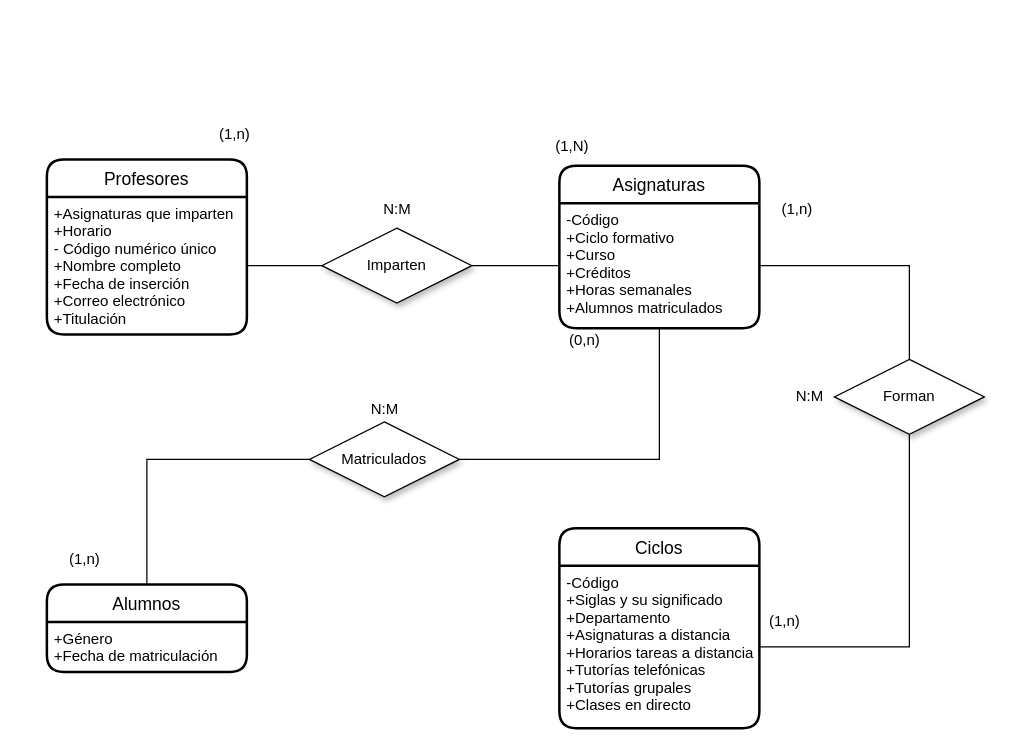
The draw.io diagram Centro_Educativo.drawio in Alejandrogaralv/Bases_de_datos, before the edit. Source tidied: cells renumbered, new cells numbered last; positions are measured from the earlier drawing's top-left corner, leaving out a move shared by most shapes. Both pictures are drawn from the tidied source at 125%, with x=0, y=0 at pixel (46, 121).
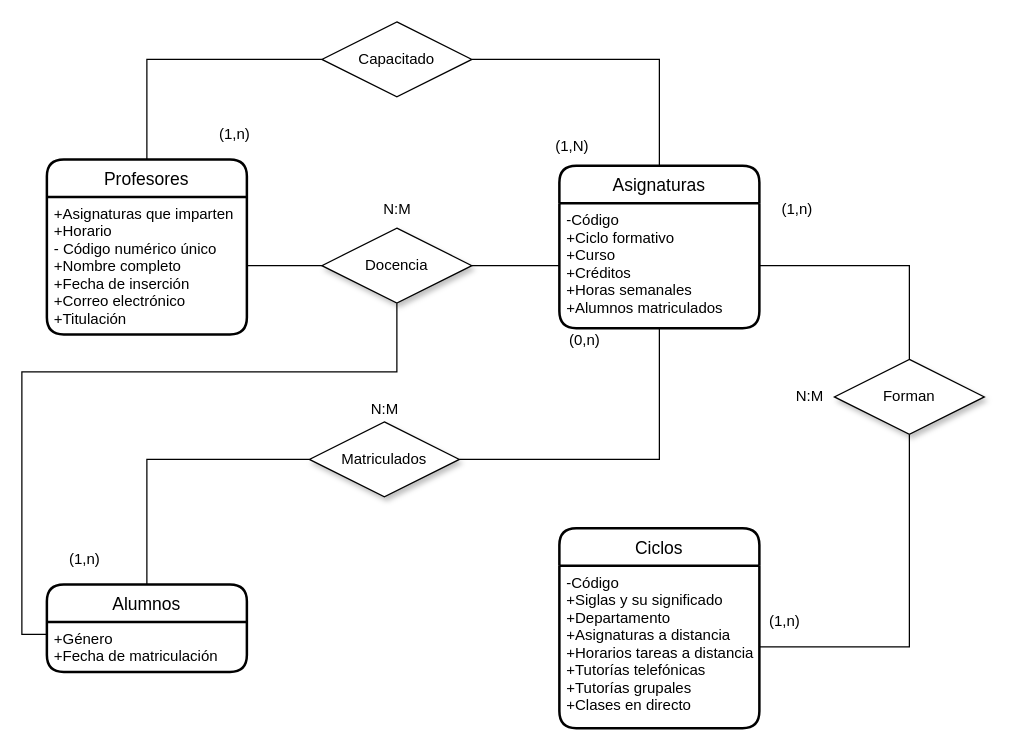
The same diagram, later.

Unchanged cells that the change refers to:
```xml
<mxCell id="2" value="Profesores" style="swimlane;horizontal=1;startSize=30;rounded=1;fontSize=14;fontStyle=0;strokeWidth=2;shadow=0;dashed=0;align=center;" parent="1" vertex="1">
  <mxGeometry y="30" width="160" height="140" as="geometry" />
</mxCell>
<mxCell id="4" value="Asignaturas" style="swimlane;horizontal=1;startSize=30;rounded=1;fontSize=14;fontStyle=0;strokeWidth=2;shadow=0;dashed=0;align=center;" parent="1" vertex="1">
  <mxGeometry x="410" y="35" width="160" height="130" as="geometry" />
</mxCell>
<mxCell id="8" value="+Género&#10;+Fecha de matriculación&#10;" style="align=left;strokeColor=none;fillColor=none;spacingLeft=4;fontSize=12;verticalAlign=top;" parent="7" vertex="1">
  <mxGeometry y="30" width="160" height="40" as="geometry" />
</mxCell>
```

What changed in the source:
```diff
@@
+    <mxCell id="28" style="edgeStyle=orthogonalEdgeStyle;rounded=0;jettySize=auto;html=1;entryX=0;entryY=0.25;entryDx=0;entryDy=0;endArrow=none;endFill=0;" parent="1" edge="1" source="13" target="8">
+      <mxGeometry relative="1" as="geometry">
+        <Array as="points">
+          <mxPoint x="280" y="200" />
+          <mxPoint x="-20" y="200" />
+          <mxPoint x="-20" y="410" />
+        </Array>
+      </mxGeometry>
+    </mxCell>
-    <mxCell id="13" value="Imparten" style="shape=rhombus;perimeter=rhombusPerimeter;whiteSpace=wrap;html=1;align=center;shadow=1;" parent="1" vertex="1">
+    <mxCell id="13" value="Docencia" style="shape=rhombus;perimeter=rhombusPerimeter;whiteSpace=wrap;html=1;align=center;shadow=1;" parent="1" vertex="1">
       <mxGeometry x="220" y="85" width="120" height="60" as="geometry" />
     </mxCell>
@@
+    <mxCell id="29" style="edgeStyle=orthogonalEdgeStyle;rounded=0;jettySize=auto;html=1;exitX=0;exitY=0.5;exitDx=0;exitDy=0;entryX=0.5;entryY=0;entryDx=0;entryDy=0;endArrow=none;endFill=0;" parent="1" edge="1" source="31" target="2">
+      <mxGeometry relative="1" as="geometry" />
+    </mxCell>
+    <mxCell id="30" style="edgeStyle=orthogonalEdgeStyle;rounded=0;jettySize=auto;html=1;exitX=1;exitY=0.5;exitDx=0;exitDy=0;entryX=0.5;entryY=0;entryDx=0;entryDy=0;endArrow=none;endFill=0;" parent="1" edge="1" source="31" target="4">
+      <mxGeometry relative="1" as="geometry" />
+    </mxCell>
+    <mxCell id="31" value="Capacitado" style="shape=rhombus;perimeter=rhombusPerimeter;whiteSpace=wrap;html=1;align=center;" parent="1" vertex="1">
+      <mxGeometry x="220" y="-80" width="120" height="60" as="geometry" />
+    </mxCell>
```
